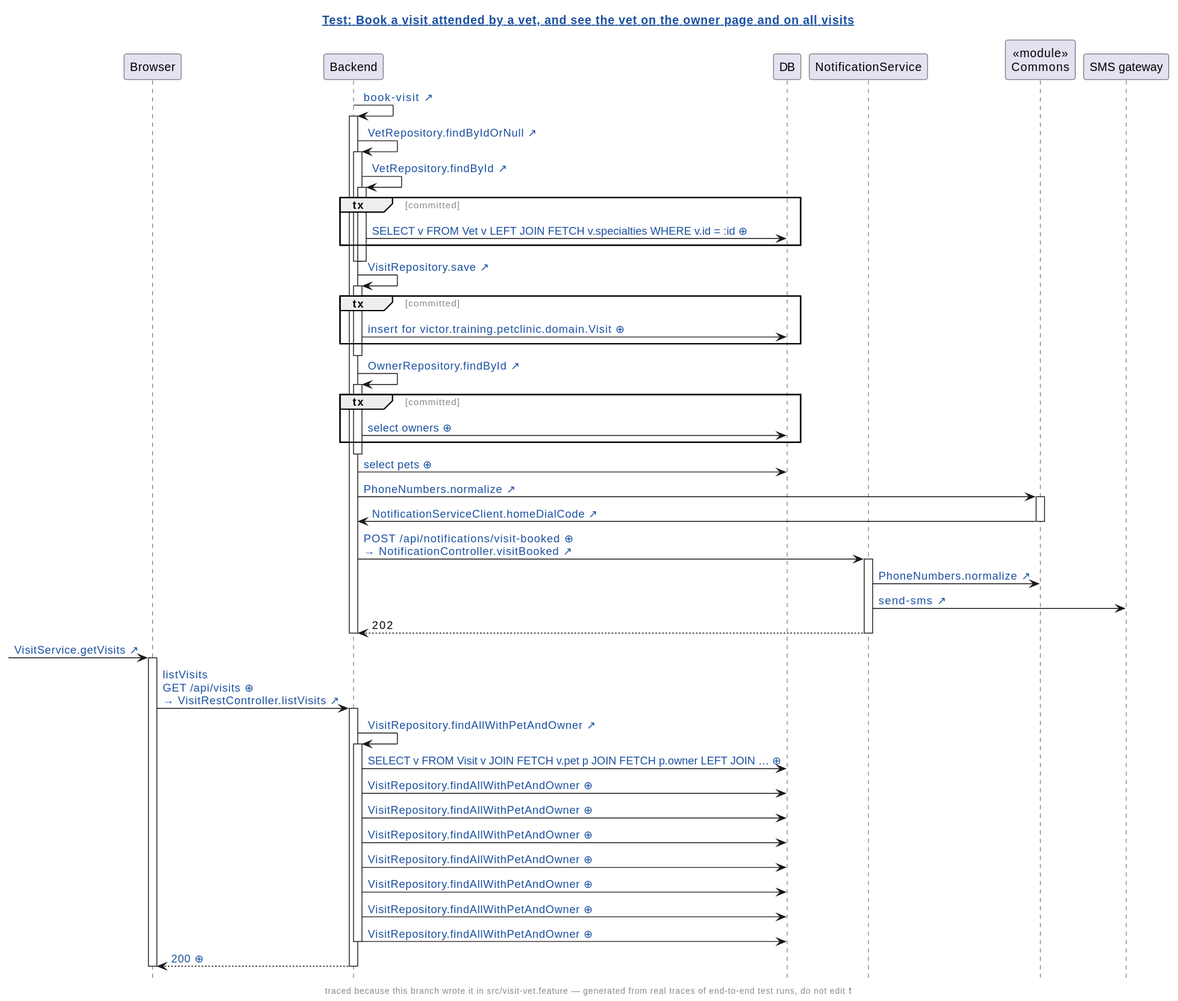
This is demo/demo/assets/diagrams/petclinic-test_generated_visit-vet.feature.book-a-visit-attended-by-a-vet-and-see-the-vet-on-the-owner-page-and-on-all-visits.genseq.new.svg from victorrentea/human-review, a PlantUML export, as it was before one commit.
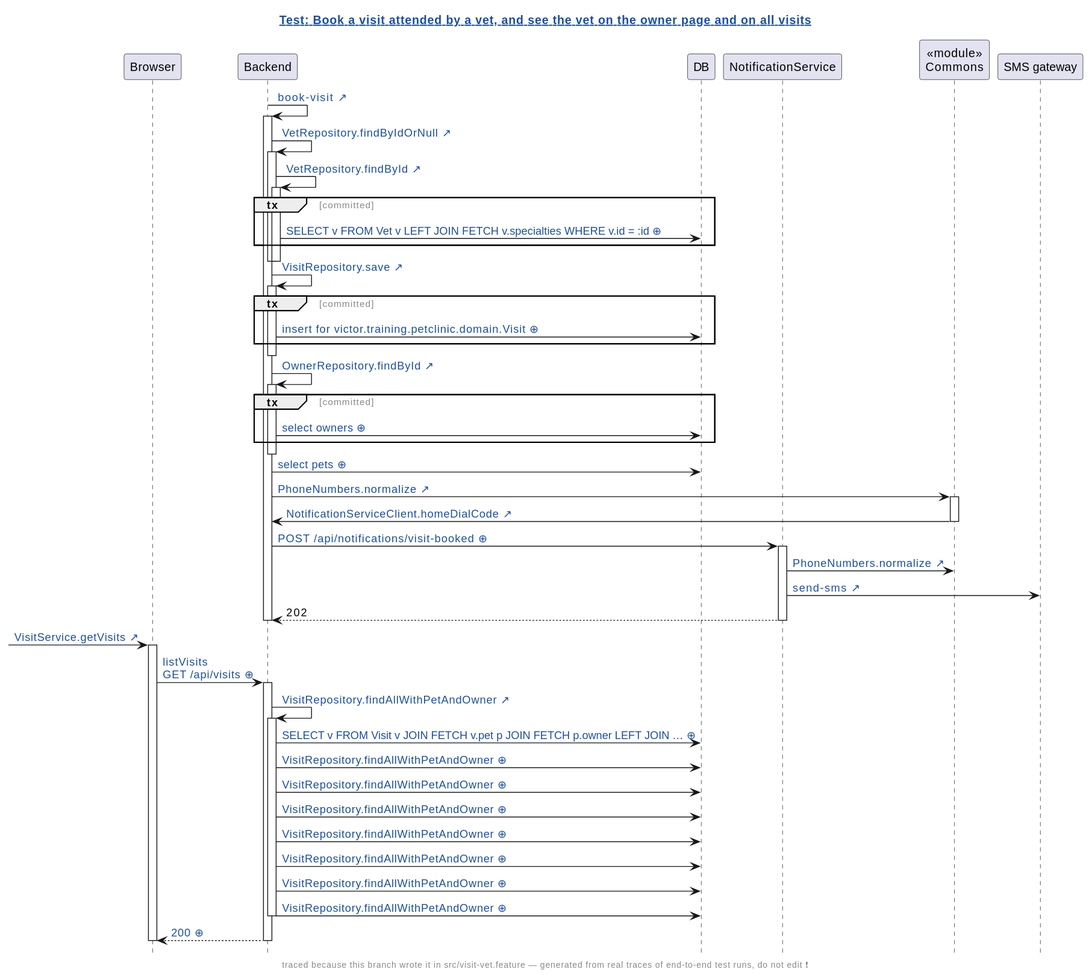
After the commit.

Diff of the diagram source:
```diff
@@ -26,7 +26,7 @@
 Backend -> Backend: [[src://petclinic-backend/src/main/java/victor/training/petclinic/repository/VisitRepository.java:14{Click to open VisitRepository.save} VisitRepository.save ↗]]
 activate Backend
 group tx [committed]
-Backend -> DB: [[genseq://05jtn76{Click for the statement behind this call} insert for victor.training.petclinic.domain.Visit ⊕]]
+Backend -> DB: [[genseq://1f03izd{Click for the statement behind this call} insert for victor.training.petclinic.domain.Visit ⊕]]
 end
 deactivate Backend
 Backend -> Backend: [[src://petclinic-backend/src/main/java/victor/training/petclinic/repository/OwnerRepository.java:14{Click to open OwnerRepository.findById} OwnerRepository.findById ↗]]
@@ -40,7 +40,7 @@
 activate Commons
 Commons -> Backend: [[src://petclinic-backend/src/main/java/victor/training/petclinic/notification/NotificationServiceClient.java:45{Click to open NotificationServiceClient.homeDialCode} NotificationServiceClient.homeDialCode ↗]]
 deactivate Commons
-Backend -> NotificationService: [[genseq://00gfug0{Click for the request as it was sent} POST /api/notifications/visit-booked ⊕]]\n[[src://notification-service/src/main/java/victor/training/notification/NotificationController.java:21{Click to open NotificationController.visitBooked} → NotificationController.visitBooked ↗]]
+Backend -> NotificationService: [[genseq://00gfug0{Click for the request as it was sent} POST /api/notifications/visit-booked ⊕]]
 activate NotificationService
 NotificationService -> Commons: [[src://petclinic-commons/src/main/java/victor/training/commons/PhoneNumbers.java:8{Click to open PhoneNumbers.normalize} PhoneNumbers.normalize ↗]]
 NotificationService -> "SMS gateway": [[src://notification-service/src/main/java/victor/training/notification/SmsGateway.java:23{Click to open SmsGateway.send} send-sms ↗]]
@@ -49,7 +49,7 @@
 deactivate Backend
 [-> Browser: [[src://petclinic-frontend/src/app/visits/visits-page/visits-page.component.ts:21{Click to open the line that sent this request: visits-page.component.ts:21} VisitService.getVisits ↗]]
 activate Browser
-Browser -> Backend: [[genseq://01wssvh{Click for the request as it was sent} listVisits\nGET /api/visits ⊕]]\n[[src://petclinic-backend/src/main/java/victor/training/petclinic/rest/VisitRestController.java:47{Click to open VisitRestController.listVisits} → VisitRestController.listVisits ↗]]
+Browser -> Backend: [[genseq://1myr631{Click for the request as it was sent} listVisits\nGET /api/visits ⊕]]
 activate Backend
 Backend -> Backend: [[src://petclinic-backend/src/main/java/victor/training/petclinic/repository/VisitRepository.java:19{Click to open VisitRepository.findAllWithPetAndOwner} VisitRepository.findAllWithPetAndOwner ↗]]
 activate Backend
```
